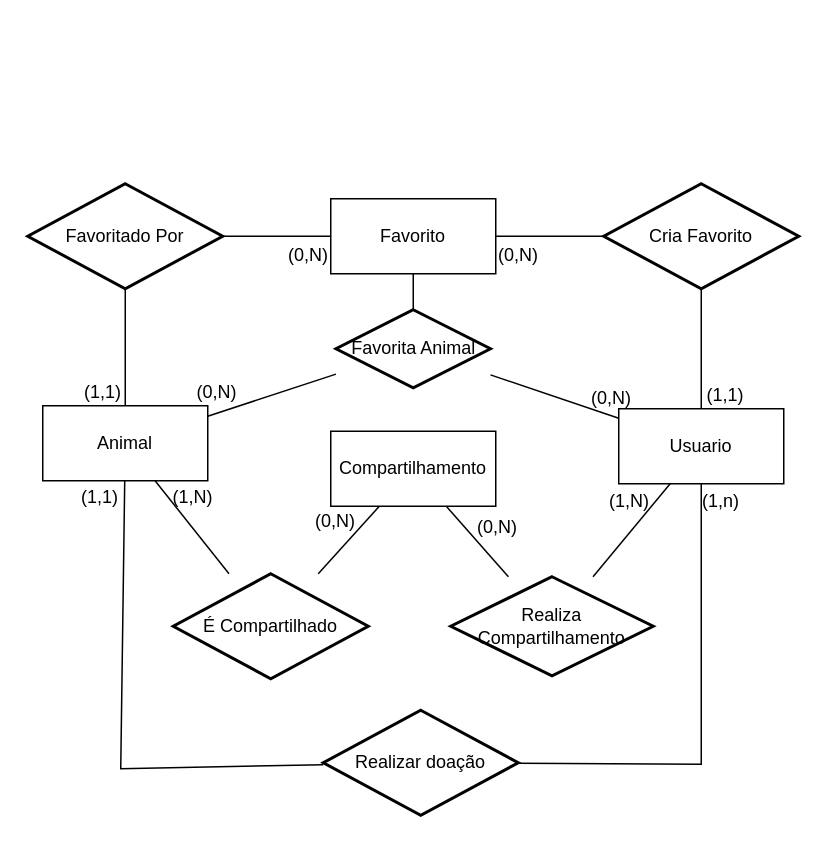
JoaoGans/DRAW.tcc keeps this draw.io diagram as Diagrama DER.drawio. Above is the earlier version. Source tidied: cells renumbered, new cells numbered last; positions are measured from the earlier drawing's top-left corner, leaving out a move shared by most shapes. Both pictures are drawn from the tidied source at 150%, with x=0, y=0 at pixel (27, 26).
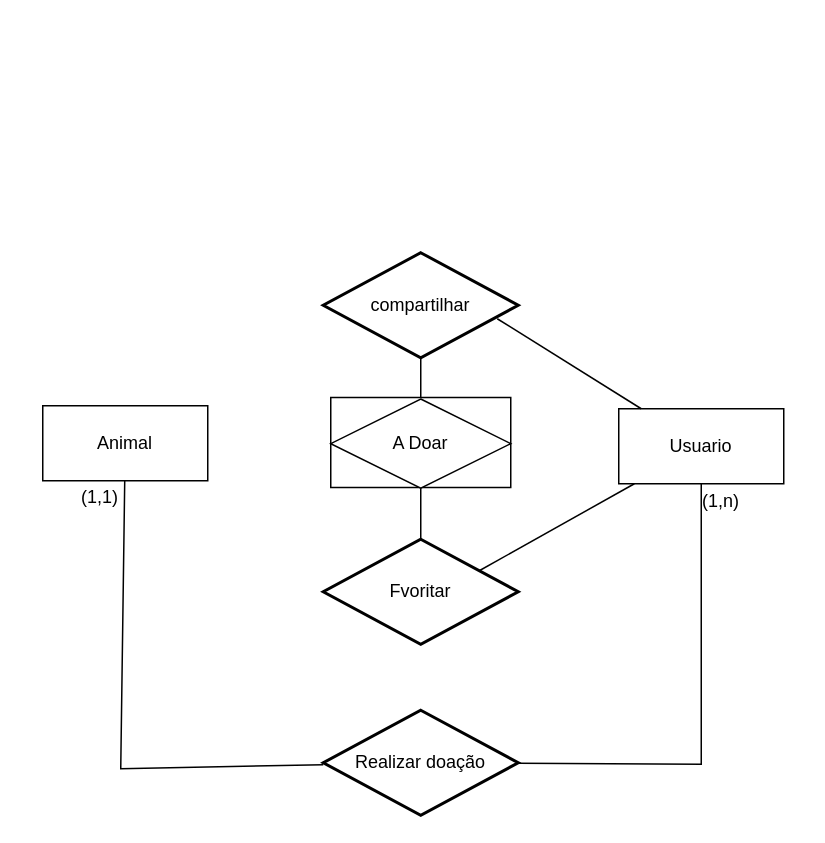
The same diagram, later.

The change refers to these unchanged cells:
```xml
<mxCell id="2" value="Animal" style="html=1;whiteSpace=wrap;" parent="1" vertex="1">
  <mxGeometry x="10" y="253" width="110" height="50" as="geometry" />
</mxCell>
<mxCell id="3" value="Usuario" style="html=1;whiteSpace=wrap;" parent="1" vertex="1">
  <mxGeometry x="394" y="255" width="110" height="50" as="geometry" />
</mxCell>
```

What changed in the source:
```diff
@@
-    <mxCell id="4" value="Favorito" style="html=1;whiteSpace=wrap;" parent="1" vertex="1">
-      <mxGeometry x="202" y="115" width="110" height="50" as="geometry" />
-    </mxCell>
@@
-    <mxCell id="7" value="Cria Favorito" style="strokeWidth=2;html=1;shape=mxgraph.flowchart.decision;whiteSpace=wrap;" parent="1" vertex="1">
-      <mxGeometry x="384" y="105" width="130" height="70" as="geometry" />
-    </mxCell>
-    <mxCell id="8" value="Favoritado Por" style="strokeWidth=2;html=1;shape=mxgraph.flowchart.decision;whiteSpace=wrap;" parent="1" vertex="1">
-      <mxGeometry y="105" width="130" height="70" as="geometry" />
-    </mxCell>
@@
-    <mxCell id="10" style="endArrow=none;html=1;rounded=0;" parent="1" edge="1" source="7" target="3">
-      <mxGeometry relative="1" as="geometry" />
-    </mxCell>
-    <mxCell id="11" style="endArrow=none;html=1;rounded=0;" parent="1" edge="1" source="7" target="4">
-      <mxGeometry relative="1" as="geometry" />
-    </mxCell>
-    <mxCell id="12" style="endArrow=none;html=1;rounded=0;" parent="1" edge="1" source="2" target="8">
-      <mxGeometry relative="1" as="geometry" />
-    </mxCell>
-    <mxCell id="13" style="endArrow=none;html=1;rounded=0;" parent="1" edge="1" source="8" target="4">
-      <mxGeometry relative="1" as="geometry" />
-    </mxCell>
@@
-    <mxCell id="16" value="(1,1)" style="text;whiteSpace=wrap;html=1;" parent="1" vertex="1">
-      <mxGeometry x="451" y="232" width="53" height="36" as="geometry" />
-    </mxCell>
-    <mxCell id="17" value="(0,N)" style="text;whiteSpace=wrap;html=1;" parent="1" vertex="1">
-      <mxGeometry x="312" y="139" width="55" height="36" as="geometry" />
-    </mxCell>
-    <mxCell id="18" value="(1,1)" style="text;whiteSpace=wrap;html=1;" parent="1" vertex="1">
-      <mxGeometry x="36" y="230" width="53" height="36" as="geometry" />
-    </mxCell>
-    <mxCell id="19" value="(0,N)" style="text;whiteSpace=wrap;html=1;" parent="1" vertex="1">
-      <mxGeometry x="172" y="139" width="55" height="36" as="geometry" />
-    </mxCell>
-    <mxCell id="20" style="endArrow=none;html=1;rounded=0;" parent="1" edge="1" source="2" target="23">
-      <mxGeometry relative="1" as="geometry" />
-    </mxCell>
-    <mxCell id="21" style="endArrow=none;html=1;rounded=0;" parent="1" edge="1" source="23" target="3">
-      <mxGeometry relative="1" as="geometry" />
-    </mxCell>
-    <mxCell id="22" style="endArrow=none;html=1;rounded=0;" parent="1" edge="1" source="4" target="23">
-      <mxGeometry relative="1" as="geometry" />
-    </mxCell>
-    <mxCell id="23" value="&lt;span style=&quot;text-align: left;&quot;&gt;Favorita Animal&lt;/span&gt;" style="strokeWidth=2;html=1;shape=mxgraph.flowchart.decision;whiteSpace=wrap;" parent="1" vertex="1">
-      <mxGeometry x="205.5" y="189" width="103" height="52" as="geometry" />
-    </mxCell>
-    <mxCell id="24" value="(0,N)" style="text;whiteSpace=wrap;html=1;" parent="1" vertex="1">
-      <mxGeometry x="374" y="234" width="55" height="36" as="geometry" />
-    </mxCell>
-    <mxCell id="25" value="(0,N)" style="text;whiteSpace=wrap;html=1;" parent="1" vertex="1">
-      <mxGeometry x="111" y="230" width="55" height="36" as="geometry" />
-    </mxCell>
@@
-    <mxCell id="27" value=" Compartilhamento" style="html=1;whiteSpace=wrap;" parent="1" vertex="1">
-      <mxGeometry x="202" y="270" width="110" height="50" as="geometry" />
-    </mxCell>
-    <mxCell id="28" value="Realiza Compartilhamento" style="strokeWidth=2;html=1;shape=mxgraph.flowchart.decision;whiteSpace=wrap;" parent="1" vertex="1">
-      <mxGeometry x="282" y="367" width="135" height="66" as="geometry" />
-    </mxCell>
-    <mxCell id="29" value="É Compartilhado" style="strokeWidth=2;html=1;shape=mxgraph.flowchart.decision;whiteSpace=wrap;" parent="1" vertex="1">
-      <mxGeometry x="97" y="365" width="130" height="70" as="geometry" />
-    </mxCell>
-    <mxCell id="30" style="endArrow=none;html=1;rounded=0;" parent="1" edge="1" source="28" target="3">
-      <mxGeometry relative="1" as="geometry" />
-    </mxCell>
-    <mxCell id="31" style="endArrow=none;html=1;rounded=0;" parent="1" edge="1" source="2" target="29">
-      <mxGeometry relative="1" as="geometry" />
-    </mxCell>
-    <mxCell id="32" style="endArrow=none;html=1;rounded=0;" parent="1" edge="1" source="29" target="27">
-      <mxGeometry relative="1" as="geometry" />
-    </mxCell>
-    <mxCell id="33" style="endArrow=none;html=1;rounded=0;" parent="1" edge="1" source="28" target="27">
-      <mxGeometry relative="1" as="geometry" />
-    </mxCell>
-    <mxCell id="34" value="(1,N)" style="text;whiteSpace=wrap;html=1;" parent="1" vertex="1">
-      <mxGeometry x="386" y="303" width="55" height="36" as="geometry" />
-    </mxCell>
-    <mxCell id="35" value="(0,N)" style="text;whiteSpace=wrap;html=1;" parent="1" vertex="1">
-      <mxGeometry x="298" y="320" width="55" height="36" as="geometry" />
-    </mxCell>
-    <mxCell id="36" value="(1,N)" style="text;whiteSpace=wrap;html=1;" parent="1" vertex="1">
-      <mxGeometry x="95" y="300" width="55" height="36" as="geometry" />
-    </mxCell>
-    <mxCell id="37" value="(0,N)" style="text;whiteSpace=wrap;html=1;" parent="1" vertex="1">
-      <mxGeometry x="190" y="316" width="55" height="36" as="geometry" />
-    </mxCell>
+    <mxCell id="38" style="rounded=0;whiteSpace=wrap;html=1;" parent="1" vertex="1">
+      <mxGeometry x="202" y="247.5" width="120" height="60" as="geometry" />
+    </mxCell>
+    <mxCell id="39" value="A Doar" style="rhombus;whiteSpace=wrap;html=1;" parent="1" vertex="1">
+      <mxGeometry x="202" y="248.5" width="120" height="59.5" as="geometry" />
+    </mxCell>
+    <mxCell id="40" value="compartilhar" style="strokeWidth=2;html=1;shape=mxgraph.flowchart.decision;whiteSpace=wrap;" parent="1" vertex="1">
+      <mxGeometry x="197" y="151" width="130" height="70" as="geometry" />
+    </mxCell>
+    <mxCell id="41" value="Fvoritar" style="strokeWidth=2;html=1;shape=mxgraph.flowchart.decision;whiteSpace=wrap;" parent="1" vertex="1">
+      <mxGeometry x="197" y="342" width="130" height="70" as="geometry" />
+    </mxCell>
+    <mxCell id="42" style="endArrow=none;html=1;rounded=0;" parent="1" edge="1" source="3">
+      <mxGeometry relative="1" as="geometry">
+        <mxPoint x="313" y="195" as="targetPoint" />
+      </mxGeometry>
+    </mxCell>
+    <mxCell id="43" style="endArrow=none;html=1;rounded=0;" parent="1" edge="1" source="38" target="40">
+      <mxGeometry relative="1" as="geometry" />
+    </mxCell>
+    <mxCell id="44" style="endArrow=none;html=1;rounded=0;entryX=0.8;entryY=0.3;entryDx=0;entryDy=0;entryPerimeter=0;" parent="1" edge="1" source="3" target="41">
+      <mxGeometry relative="1" as="geometry" />
+    </mxCell>
+    <mxCell id="45" style="endArrow=none;html=1;rounded=0;" parent="1" edge="1" source="41" target="39">
+      <mxGeometry relative="1" as="geometry" />
+    </mxCell>
```
